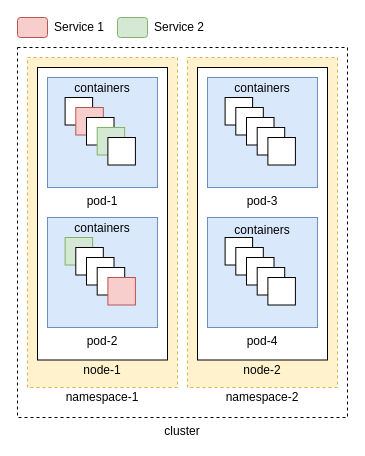
Before: page "cluster" (1 of 2) of blog/raw/kube/Untitled Diagram.drawio in DavidVentura/blog, a draw.io diagram. Source tidied: cells renumbered, new cells numbered last; positions are measured from the earlier drawing's top-left corner, leaving out a move shared by most shapes. Both pictures are drawn from the tidied source at 100%, with x=0, y=0 at pixel (17, 17).
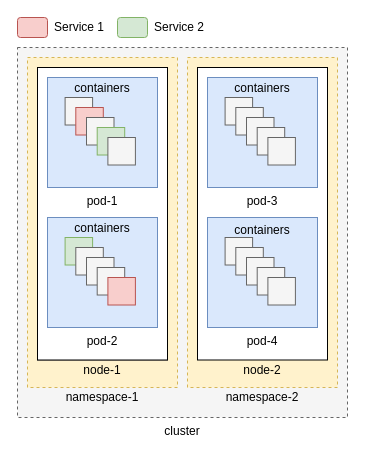
The same page after the edit.

Unchanged cells that the change refers to:
```xml
<mxCell id="10" value="containers" style="group;labelPosition=center;verticalLabelPosition=top;align=center;verticalAlign=bottom;" parent="8" vertex="1">
  <mxGeometry x="17.6" y="20" width="74.9" height="70" as="geometry" />
</mxCell>
<mxCell id="18" value="containers" style="group;labelPosition=center;verticalLabelPosition=top;align=center;verticalAlign=bottom;" parent="16" vertex="1">
  <mxGeometry x="17.6" y="20" width="74.9" height="70" as="geometry" />
</mxCell>
<mxCell id="29" value="containers" style="group;labelPosition=center;verticalLabelPosition=top;align=center;verticalAlign=bottom;spacing=0;spacingTop=-2;" parent="27" vertex="1">
  <mxGeometry x="17.6" y="20" width="74.9" height="70" as="geometry" />
</mxCell>
<mxCell id="37" value="containers" style="group;labelPosition=center;verticalLabelPosition=top;align=center;verticalAlign=bottom;" parent="35" vertex="1">
  <mxGeometry x="17.6" y="20" width="74.9" height="70" as="geometry" />
</mxCell>
```

The edit, as a diff of the source:
```diff
@@
-    <mxCell id="2" value="Service 1" style="rounded=1;html=1;fillColor=#f8cecc;strokeColor=#b85450;labelPosition=right;verticalLabelPosition=middle;align=left;verticalAlign=middle;spacingLeft=5;" parent="1" vertex="1">
+    <mxCell id="2" value="Service 1" style="rounded=1;fillColor=#f8cecc;strokeColor=#b85450;labelPosition=right;verticalLabelPosition=middle;align=left;verticalAlign=middle;spacingLeft=5;labelBorderColor=none;textShadow=0;html=1;labelBackgroundColor=none;" parent="1" vertex="1">
       <mxGeometry width="30" height="20" as="geometry" />
     </mxCell>
-    <mxCell id="3" value="Service 2" style="rounded=1;html=1;fillColor=#d5e8d4;strokeColor=#82b366;labelPosition=right;verticalLabelPosition=middle;align=left;verticalAlign=middle;spacingLeft=5;" parent="1" vertex="1">
+    <mxCell id="3" value="Service 2" style="rounded=1;html=1;fillColor=#d5e8d4;strokeColor=#82b366;labelPosition=right;verticalLabelPosition=middle;align=left;verticalAlign=middle;spacingLeft=5;fontColor=#000000;labelBackgroundColor=none;" parent="1" vertex="1">
       <mxGeometry x="100" width="30" height="20" as="geometry" />
     </mxCell>
-    <mxCell id="4" value="cluster" style="rounded=0;whiteSpace=wrap;html=1;verticalAlign=top;labelPosition=center;verticalLabelPosition=bottom;align=center;dashed=1;" parent="1" vertex="1">
+    <mxCell id="4" value="cluster" style="rounded=0;whiteSpace=wrap;html=1;verticalAlign=top;labelPosition=center;verticalLabelPosition=bottom;align=center;dashed=1;fillColor=#f5f5f5;fontColor=#000000;strokeColor=#666666;labelBackgroundColor=none;" parent="1" vertex="1">
       <mxGeometry y="30" width="330" height="370" as="geometry" />
     </mxCell>
@@
-    <mxCell id="6" style="group;spacingTop=-2;spacing=0;" parent="1" vertex="1">
+    <mxCell id="6" style="group;spacingTop=-2;spacing=0;fillColor=#f5f5f5;fontColor=#333333;strokeColor=#666666;" parent="1" vertex="1">
       <mxGeometry x="20" y="50" width="130" height="292.5" as="geometry" />
     </mxCell>
@@
-    <mxCell id="12" style="whiteSpace=wrap;html=1;" parent="10" vertex="1">
+    <mxCell id="12" style="whiteSpace=wrap;html=1;fillColor=#f5f5f5;fontColor=#333333;strokeColor=#666666;" parent="10" vertex="1">
       <mxGeometry x="10.7" y="10" width="27.5" height="27.5" as="geometry" />
     </mxCell>
-    <mxCell id="13" value="&lt;div&gt;&lt;/div&gt;" style="whiteSpace=wrap;html=1;labelPosition=center;verticalLabelPosition=bottom;align=center;verticalAlign=top;" parent="10" vertex="1">
+    <mxCell id="13" value="&lt;div&gt;&lt;/div&gt;" style="whiteSpace=wrap;html=1;labelPosition=center;verticalLabelPosition=bottom;align=center;verticalAlign=top;fillColor=#f5f5f5;fontColor=#333333;strokeColor=#666666;" parent="10" vertex="1">
       <mxGeometry x="21.4" y="20" width="27.5" height="27.5" as="geometry" />
     </mxCell>
-    <mxCell id="14" style="whiteSpace=wrap;html=1;labelPosition=center;verticalLabelPosition=bottom;align=center;verticalAlign=top;" parent="10" vertex="1">
+    <mxCell id="14" style="whiteSpace=wrap;html=1;labelPosition=center;verticalLabelPosition=bottom;align=center;verticalAlign=top;fillColor=#f5f5f5;fontColor=#333333;strokeColor=#666666;" parent="10" vertex="1">
       <mxGeometry x="32.1" y="30" width="27.5" height="27.5" as="geometry" />
     </mxCell>
@@
-    <mxCell id="19" style="whiteSpace=wrap;html=1;" parent="18" vertex="1">
+    <mxCell id="19" style="whiteSpace=wrap;html=1;fillColor=#f5f5f5;fontColor=#333333;strokeColor=#666666;" parent="18" vertex="1">
       <mxGeometry width="27.5" height="27.5" as="geometry" />
     </mxCell>
@@
-    <mxCell id="21" value="&lt;div&gt;&lt;/div&gt;" style="whiteSpace=wrap;html=1;labelPosition=center;verticalLabelPosition=bottom;align=center;verticalAlign=top;" parent="18" vertex="1">
+    <mxCell id="21" value="&lt;div&gt;&lt;/div&gt;" style="whiteSpace=wrap;html=1;labelPosition=center;verticalLabelPosition=bottom;align=center;verticalAlign=top;fillColor=#f5f5f5;fontColor=#333333;strokeColor=#666666;" parent="18" vertex="1">
       <mxGeometry x="21.4" y="20" width="27.5" height="27.5" as="geometry" />
     </mxCell>
@@
-    <mxCell id="23" style="whiteSpace=wrap;html=1;labelPosition=center;verticalLabelPosition=bottom;align=center;verticalAlign=top;" parent="18" vertex="1">
+    <mxCell id="23" style="whiteSpace=wrap;html=1;labelPosition=center;verticalLabelPosition=bottom;align=center;verticalAlign=top;fillColor=#f5f5f5;fontColor=#333333;strokeColor=#666666;" parent="18" vertex="1">
       <mxGeometry x="42.8" y="40" width="27.5" height="27.5" as="geometry" />
     </mxCell>
@@
-    <mxCell id="30" style="whiteSpace=wrap;html=1;" parent="29" vertex="1">
+    <mxCell id="30" style="whiteSpace=wrap;html=1;fillColor=#f5f5f5;fontColor=#333333;strokeColor=#666666;" parent="29" vertex="1">
       <mxGeometry width="27.5" height="27.5" as="geometry" />
     </mxCell>
-    <mxCell id="31" style="whiteSpace=wrap;html=1;" parent="29" vertex="1">
+    <mxCell id="31" style="whiteSpace=wrap;html=1;fillColor=#f5f5f5;fontColor=#333333;strokeColor=#666666;" parent="29" vertex="1">
       <mxGeometry x="10.7" y="10" width="27.5" height="27.5" as="geometry" />
     </mxCell>
-    <mxCell id="32" value="&lt;div&gt;&lt;/div&gt;" style="whiteSpace=wrap;html=1;labelPosition=center;verticalLabelPosition=bottom;align=center;verticalAlign=top;" parent="29" vertex="1">
+    <mxCell id="32" value="&lt;div&gt;&lt;/div&gt;" style="whiteSpace=wrap;html=1;labelPosition=center;verticalLabelPosition=bottom;align=center;verticalAlign=top;fillColor=#f5f5f5;fontColor=#333333;strokeColor=#666666;" parent="29" vertex="1">
       <mxGeometry x="21.4" y="20" width="27.5" height="27.5" as="geometry" />
     </mxCell>
-    <mxCell id="33" style="whiteSpace=wrap;html=1;labelPosition=center;verticalLabelPosition=bottom;align=center;verticalAlign=top;" parent="29" vertex="1">
+    <mxCell id="33" style="whiteSpace=wrap;html=1;labelPosition=center;verticalLabelPosition=bottom;align=center;verticalAlign=top;fillColor=#f5f5f5;fontColor=#333333;strokeColor=#666666;" parent="29" vertex="1">
       <mxGeometry x="32.1" y="30" width="27.5" height="27.5" as="geometry" />
     </mxCell>
-    <mxCell id="34" style="whiteSpace=wrap;html=1;labelPosition=center;verticalLabelPosition=bottom;align=center;verticalAlign=top;" parent="29" vertex="1">
+    <mxCell id="34" style="whiteSpace=wrap;html=1;labelPosition=center;verticalLabelPosition=bottom;align=center;verticalAlign=top;fillColor=#f5f5f5;fontColor=#333333;strokeColor=#666666;" parent="29" vertex="1">
       <mxGeometry x="42.8" y="40" width="27.5" height="27.5" as="geometry" />
     </mxCell>
@@
-    <mxCell id="38" style="whiteSpace=wrap;html=1;" parent="37" vertex="1">
+    <mxCell id="38" style="whiteSpace=wrap;html=1;fillColor=#f5f5f5;fontColor=#333333;strokeColor=#666666;" parent="37" vertex="1">
       <mxGeometry width="27.5" height="27.5" as="geometry" />
     </mxCell>
-    <mxCell id="39" style="whiteSpace=wrap;html=1;" parent="37" vertex="1">
+    <mxCell id="39" style="whiteSpace=wrap;html=1;fillColor=#f5f5f5;fontColor=#333333;strokeColor=#666666;" parent="37" vertex="1">
       <mxGeometry x="10.7" y="10" width="27.5" height="27.5" as="geometry" />
     </mxCell>
-    <mxCell id="40" value="&lt;div&gt;&lt;/div&gt;" style="whiteSpace=wrap;html=1;labelPosition=center;verticalLabelPosition=bottom;align=center;verticalAlign=top;" parent="37" vertex="1">
+    <mxCell id="40" value="&lt;div&gt;&lt;/div&gt;" style="whiteSpace=wrap;html=1;labelPosition=center;verticalLabelPosition=bottom;align=center;verticalAlign=top;fillColor=#f5f5f5;fontColor=#333333;strokeColor=#666666;" parent="37" vertex="1">
       <mxGeometry x="21.4" y="20" width="27.5" height="27.5" as="geometry" />
     </mxCell>
-    <mxCell id="41" style="whiteSpace=wrap;html=1;labelPosition=center;verticalLabelPosition=bottom;align=center;verticalAlign=top;" parent="37" vertex="1">
+    <mxCell id="41" style="whiteSpace=wrap;html=1;labelPosition=center;verticalLabelPosition=bottom;align=center;verticalAlign=top;fillColor=#f5f5f5;fontColor=#333333;strokeColor=#666666;" parent="37" vertex="1">
       <mxGeometry x="32.1" y="30" width="27.5" height="27.5" as="geometry" />
     </mxCell>
-    <mxCell id="42" style="whiteSpace=wrap;html=1;labelPosition=center;verticalLabelPosition=bottom;align=center;verticalAlign=top;" parent="37" vertex="1">
+    <mxCell id="42" style="whiteSpace=wrap;html=1;labelPosition=center;verticalLabelPosition=bottom;align=center;verticalAlign=top;fillColor=#f5f5f5;fontColor=#333333;strokeColor=#666666;" parent="37" vertex="1">
       <mxGeometry x="42.8" y="40" width="27.5" height="27.5" as="geometry" />
     </mxCell>
```
